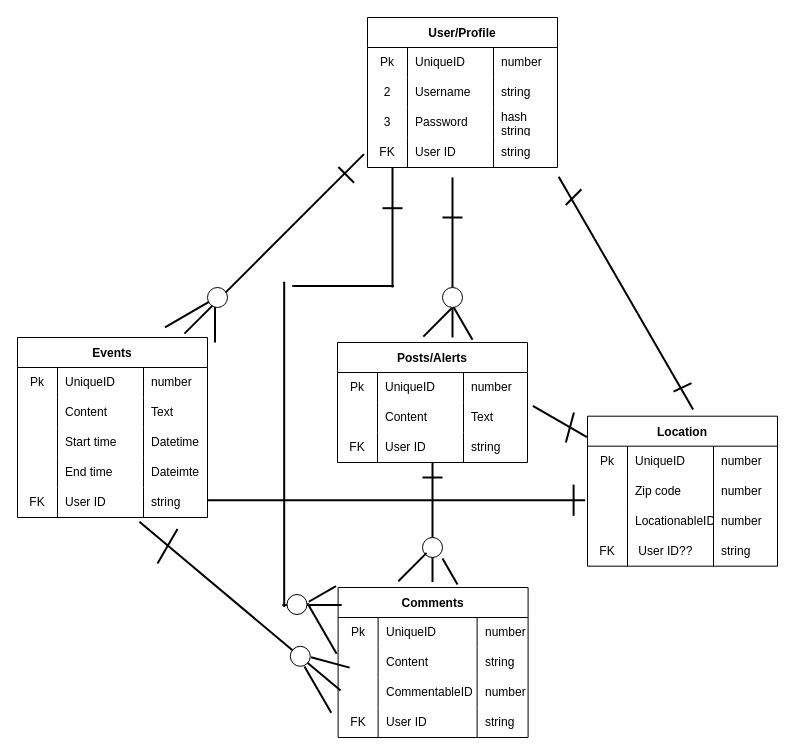
Earlier version of the draw.io diagram erd.drawio (mik3ymikes/erd_project). Source tidied: cells renumbered, new cells numbered last; positions are measured from the earlier drawing's top-left corner, leaving out a move shared by most shapes. Both pictures are drawn from the tidied source at 100%, with x=0, y=0 at pixel (17, 17).
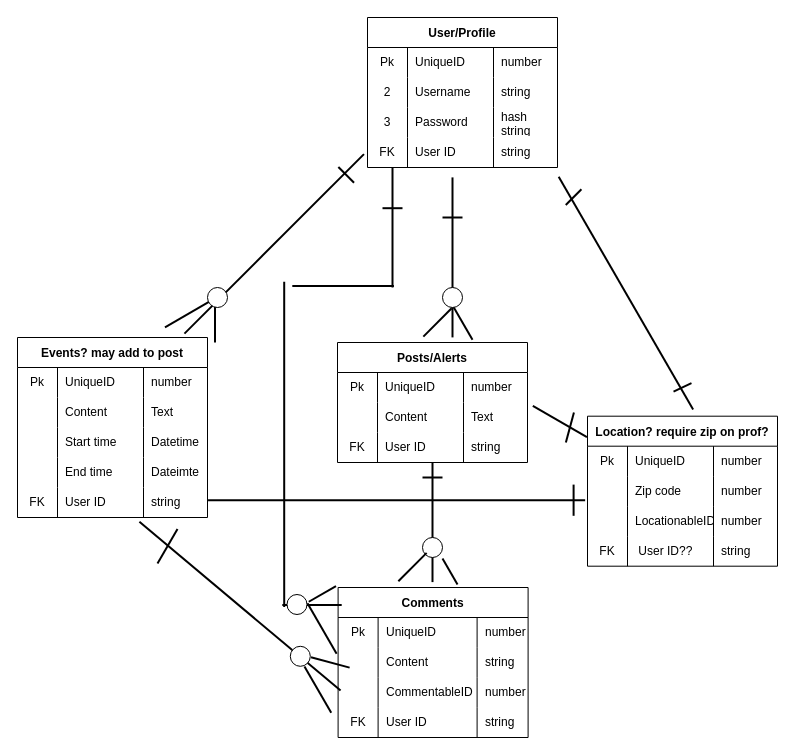
The same page after the edit.

What changed in the source:
```diff
@@
-    <mxCell id="32" value="Events" style="shape=table;startSize=30;childLayout=tableLayout;rowLines=0;fontStyle=1;" parent="1" vertex="1">
+    <mxCell id="32" value="Events? may add to post" style="shape=table;startSize=30;childLayout=tableLayout;rowLines=0;fontStyle=1;" parent="1" vertex="1">
       <mxGeometry y="320" width="190" height="180" as="geometry" />
     </mxCell>
@@
-    <mxCell id="54" value="Location" style="shape=table;startSize=30;childLayout=tableLayout;rowLines=0;fontStyle=1;" parent="1" vertex="1">
+    <mxCell id="54" value="Location? require zip on prof?" style="shape=table;startSize=30;childLayout=tableLayout;rowLines=0;fontStyle=1;" parent="1" vertex="1">
       <mxGeometry x="570" y="398.7" width="190" height="150" as="geometry" />
     </mxCell>
```
